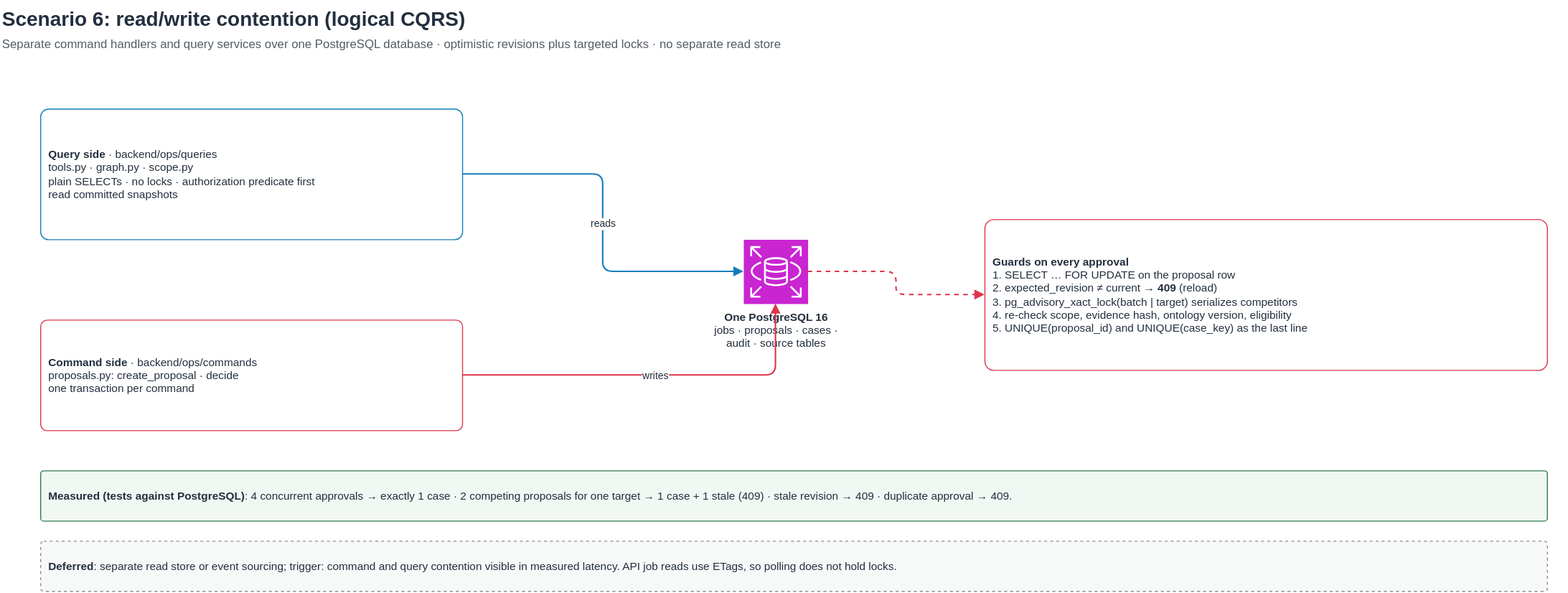
Above: docs/diagrams/cqrs-contention.svg in abh2050/ontology-ops (draw.io), before the change. Source tidied: cells renumbered, new cells last; positions are measured from the earlier drawing's top-left corner, leaving out a move shared by most shapes.
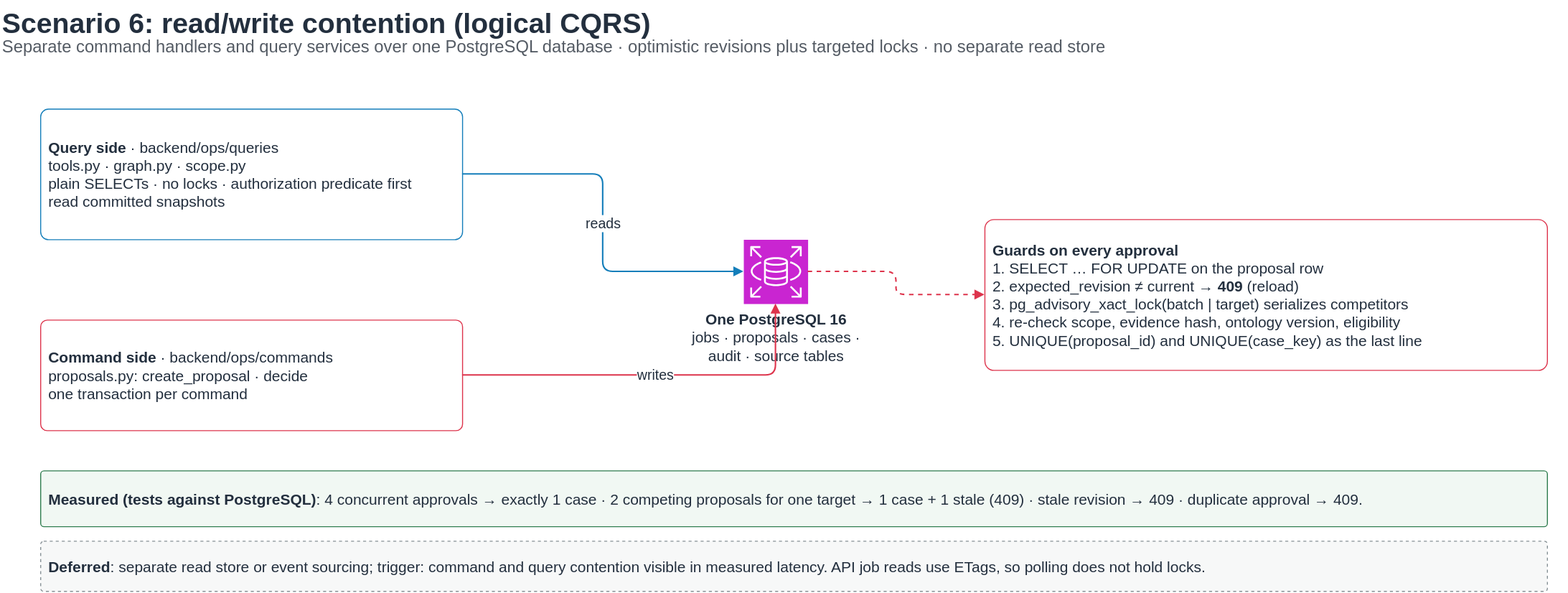
After the commit.

Change to the diagram source:
```diff
@@ -2,37 +2,37 @@
   <root>
     <mxCell id="0" />
     <mxCell id="1" parent="0" />
-    <mxCell id="2" value="&lt;b&gt;Scenario 6: read/write contention (logical CQRS)&lt;/b&gt;" style="text;html=1;align=left;verticalAlign=top;whiteSpace=wrap;fontSize=20;fontColor=#232F3E;fontStyle=0;" parent="1" vertex="1">
+    <mxCell id="2" value="&lt;b&gt;Scenario 6: read/write contention (logical CQRS)&lt;/b&gt;" style="text;html=1;align=left;verticalAlign=top;whiteSpace=wrap;fontSize=28;fontColor=#232F3E;fontStyle=0;" parent="1" vertex="1">
       <mxGeometry width="1560" height="30" as="geometry" />
     </mxCell>
-    <mxCell id="3" value="Separate command handlers and query services over one PostgreSQL database · optimistic revisions plus targeted locks · no separate read store" style="text;html=1;align=left;verticalAlign=top;whiteSpace=wrap;fontSize=12;fontColor=#545B64;fontStyle=0;" parent="1" vertex="1">
+    <mxCell id="3" value="Separate command handlers and query services over one PostgreSQL database · optimistic revisions plus targeted locks · no separate read store" style="text;html=1;align=left;verticalAlign=top;whiteSpace=wrap;fontSize=17;fontColor=#545B64;fontStyle=0;" parent="1" vertex="1">
       <mxGeometry y="30" width="1560" height="22" as="geometry" />
     </mxCell>
-    <mxCell id="4" value="&lt;b&gt;Query side&lt;/b&gt; · backend/ops/queries&lt;br&gt;tools.py · graph.py · scope.py&lt;br&gt;plain SELECTs · no locks · authorization predicate first&lt;br&gt;read committed snapshots" style="rounded=1;arcSize=6;whiteSpace=wrap;html=1;strokeColor=#147EBA;fillColor=#FFFFFF;fontColor=#232F3E;dashed=0;fontSize=11;align=left;verticalAlign=middle;spacing=8;fontStyle=0;" parent="1" vertex="1">
+    <mxCell id="4" value="&lt;b&gt;Query side&lt;/b&gt; · backend/ops/queries&lt;br&gt;tools.py · graph.py · scope.py&lt;br&gt;plain SELECTs · no locks · authorization predicate first&lt;br&gt;read committed snapshots" style="rounded=1;arcSize=6;whiteSpace=wrap;html=1;strokeColor=#147EBA;fillColor=#FFFFFF;fontColor=#232F3E;dashed=0;fontSize=15;align=left;verticalAlign=middle;spacing=8;fontStyle=0;" parent="1" vertex="1">
       <mxGeometry x="40" y="108" width="420" height="130" as="geometry" />
     </mxCell>
-    <mxCell id="5" value="&lt;b&gt;Command side&lt;/b&gt; · backend/ops/commands&lt;br&gt;proposals.py: create_proposal · decide&lt;br&gt;one transaction per command" style="rounded=1;arcSize=6;whiteSpace=wrap;html=1;strokeColor=#DD344C;fillColor=#FFFFFF;fontColor=#232F3E;dashed=0;fontSize=11;align=left;verticalAlign=middle;spacing=8;fontStyle=0;" parent="1" vertex="1">
+    <mxCell id="5" value="&lt;b&gt;Command side&lt;/b&gt; · backend/ops/commands&lt;br&gt;proposals.py: create_proposal · decide&lt;br&gt;one transaction per command" style="rounded=1;arcSize=6;whiteSpace=wrap;html=1;strokeColor=#DD344C;fillColor=#FFFFFF;fontColor=#232F3E;dashed=0;fontSize=15;align=left;verticalAlign=middle;spacing=8;fontStyle=0;" parent="1" vertex="1">
       <mxGeometry x="40" y="318" width="420" height="110" as="geometry" />
     </mxCell>
-    <mxCell id="6" value="&lt;b&gt;One PostgreSQL 16&lt;/b&gt;&lt;br&gt;jobs · proposals · cases ·&lt;br&gt;audit · source tables" style="sketch=0;outlineConnect=0;fontColor=#232F3E;gradientColor=none;fillColor=#C925D1;strokeColor=#ffffff;dashed=0;verticalLabelPosition=bottom;verticalAlign=top;align=center;html=1;fontSize=11;fontStyle=0;shape=mxgraph.aws4.resourceIcon;resIcon=mxgraph.aws4.rds;" parent="1" vertex="1">
+    <mxCell id="6" value="&lt;b&gt;One PostgreSQL 16&lt;/b&gt;&lt;br&gt;jobs · proposals · cases ·&lt;br&gt;audit · source tables" style="sketch=0;outlineConnect=0;fontColor=#232F3E;gradientColor=none;fillColor=#C925D1;strokeColor=#ffffff;dashed=0;verticalLabelPosition=bottom;verticalAlign=top;align=center;html=1;fontSize=15;fontStyle=0;shape=mxgraph.aws4.resourceIcon;resIcon=mxgraph.aws4.rds;" parent="1" vertex="1">
       <mxGeometry x="740" y="238" width="64" height="64" as="geometry" />
     </mxCell>
-    <mxCell id="7" value="reads" style="edgeStyle=orthogonalEdgeStyle;rounded=1;html=1;endArrow=block;endFill=1;strokeColor=#147EBA;strokeWidth=1.5;dashed=0;fontSize=10;labelBackgroundColor=#ffffff;fontColor=#232F3E;" parent="1" edge="1" source="4" target="6">
+    <mxCell id="7" value="reads" style="edgeStyle=orthogonalEdgeStyle;rounded=1;html=1;endArrow=block;endFill=1;strokeColor=#147EBA;strokeWidth=1.5;dashed=0;fontSize=14;labelBackgroundColor=#ffffff;fontColor=#232F3E;" parent="1" edge="1" source="4" target="6">
       <mxGeometry relative="1" as="geometry" />
     </mxCell>
-    <mxCell id="8" value="writes" style="edgeStyle=orthogonalEdgeStyle;rounded=1;html=1;endArrow=block;endFill=1;strokeColor=#DD344C;strokeWidth=1.5;dashed=0;fontSize=10;labelBackgroundColor=#ffffff;fontColor=#232F3E;" parent="1" edge="1" source="5" target="6">
+    <mxCell id="8" value="writes" style="edgeStyle=orthogonalEdgeStyle;rounded=1;html=1;endArrow=block;endFill=1;strokeColor=#DD344C;strokeWidth=1.5;dashed=0;fontSize=14;labelBackgroundColor=#ffffff;fontColor=#232F3E;" parent="1" edge="1" source="5" target="6">
       <mxGeometry relative="1" as="geometry" />
     </mxCell>
-    <mxCell id="9" value="&lt;b&gt;Guards on every approval&lt;/b&gt;&lt;br&gt;1. SELECT … FOR UPDATE on the proposal row&lt;br&gt;2. expected_revision ≠ current → &lt;b&gt;409&lt;/b&gt; (reload)&lt;br&gt;3. pg_advisory_xact_lock(batch | target) serializes competitors&lt;br&gt;4. re-check scope, evidence hash, ontology version, eligibility&lt;br&gt;5. UNIQUE(proposal_id) and UNIQUE(case_key) as the last line" style="rounded=1;arcSize=6;whiteSpace=wrap;html=1;strokeColor=#DD344C;fillColor=#FFFFFF;fontColor=#232F3E;dashed=0;fontSize=11;align=left;verticalAlign=middle;spacing=8;fontStyle=0;" parent="1" vertex="1">
+    <mxCell id="9" value="&lt;b&gt;Guards on every approval&lt;/b&gt;&lt;br&gt;1. SELECT … FOR UPDATE on the proposal row&lt;br&gt;2. expected_revision ≠ current → &lt;b&gt;409&lt;/b&gt; (reload)&lt;br&gt;3. pg_advisory_xact_lock(batch | target) serializes competitors&lt;br&gt;4. re-check scope, evidence hash, ontology version, eligibility&lt;br&gt;5. UNIQUE(proposal_id) and UNIQUE(case_key) as the last line" style="rounded=1;arcSize=6;whiteSpace=wrap;html=1;strokeColor=#DD344C;fillColor=#FFFFFF;fontColor=#232F3E;dashed=0;fontSize=15;align=left;verticalAlign=middle;spacing=8;fontStyle=0;" parent="1" vertex="1">
       <mxGeometry x="980" y="218" width="560" height="150" as="geometry" />
     </mxCell>
-    <mxCell id="10" style="edgeStyle=orthogonalEdgeStyle;rounded=1;html=1;endArrow=block;endFill=1;strokeColor=#DD344C;strokeWidth=1.5;dashed=1;fontSize=10;labelBackgroundColor=#ffffff;fontColor=#232F3E;" parent="1" edge="1" source="6" target="9">
+    <mxCell id="10" style="edgeStyle=orthogonalEdgeStyle;rounded=1;html=1;endArrow=block;endFill=1;strokeColor=#DD344C;strokeWidth=1.5;dashed=1;fontSize=14;labelBackgroundColor=#ffffff;fontColor=#232F3E;" parent="1" edge="1" source="6" target="9">
       <mxGeometry relative="1" as="geometry" />
     </mxCell>
-    <mxCell id="11" value="&lt;b&gt;Measured (tests against PostgreSQL)&lt;/b&gt;: 4 concurrent approvals → exactly 1 case · 2 competing proposals for one target → 1 case + 1 stale (409) · stale revision → 409 · duplicate approval → 409." style="rounded=1;arcSize=6;whiteSpace=wrap;html=1;strokeColor=#2F7D4F;fillColor=#F1F8F3;fontColor=#232F3E;dashed=0;fontSize=11;align=left;verticalAlign=middle;spacing=8;fontStyle=0;" parent="1" vertex="1">
-      <mxGeometry x="40" y="468" width="1500" height="50" as="geometry" />
+    <mxCell id="11" value="&lt;b&gt;Measured (tests against PostgreSQL)&lt;/b&gt;: 4 concurrent approvals → exactly 1 case · 2 competing proposals for one target → 1 case + 1 stale (409) · stale revision → 409 · duplicate approval → 409." style="rounded=1;arcSize=6;whiteSpace=wrap;html=1;strokeColor=#2F7D4F;fillColor=#F1F8F3;fontColor=#232F3E;dashed=0;fontSize=15;align=left;verticalAlign=middle;spacing=8;fontStyle=0;" parent="1" vertex="1">
+      <mxGeometry x="40" y="468" width="1500" height="55.6" as="geometry" />
     </mxCell>
-    <mxCell id="12" value="&lt;b&gt;Deferred&lt;/b&gt;: separate read store or event sourcing; trigger: command and query contention visible in measured latency. API job reads use ETags, so polling does not hold locks." style="rounded=1;arcSize=6;whiteSpace=wrap;html=1;strokeColor=#879196;fillColor=#F7F8F8;fontColor=#232F3E;dashed=1;fontSize=11;align=left;verticalAlign=middle;spacing=8;fontStyle=0;" parent="1" vertex="1">
+    <mxCell id="12" value="&lt;b&gt;Deferred&lt;/b&gt;: separate read store or event sourcing; trigger: command and query contention visible in measured latency. API job reads use ETags, so polling does not hold locks." style="rounded=1;arcSize=6;whiteSpace=wrap;html=1;strokeColor=#879196;fillColor=#F7F8F8;fontColor=#232F3E;dashed=1;fontSize=15;align=left;verticalAlign=middle;spacing=8;fontStyle=0;" parent="1" vertex="1">
       <mxGeometry x="40" y="538" width="1500" height="50" as="geometry" />
     </mxCell>
   </root>
```
